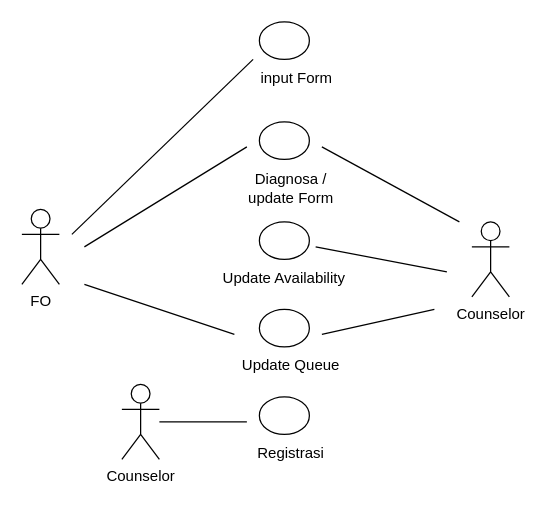
mahesri/uml_ads_sms3 keeps this draw.io diagram as Mini-Proj/MP-Use Case Diagram.drawio. Above is the earlier version. Source tidied: cells renumbered, new cells numbered last; positions are measured from the earlier drawing's top-left corner, leaving out a move shared by most shapes. Both pictures are drawn from the tidied source at 125%, with x=0, y=0 at pixel (21, 21).
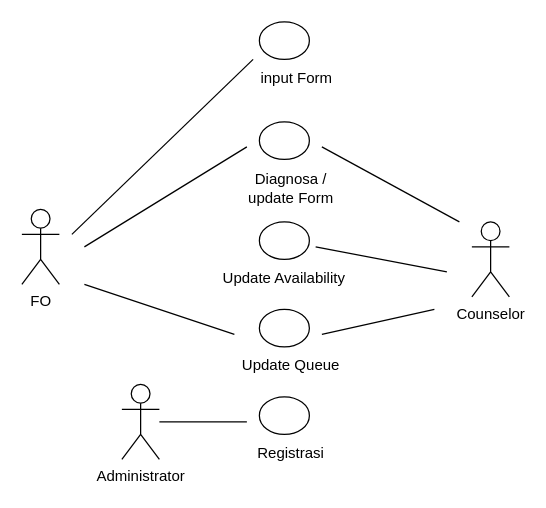
The same page after the edit.

Change to the diagram source:
```diff
@@
-    <mxCell id="18" value="Counselor" style="shape=umlActor;verticalLabelPosition=bottom;verticalAlign=top;html=1;outlineConnect=0;" parent="1" vertex="1">
+    <mxCell id="18" value="Administrator" style="shape=umlActor;verticalLabelPosition=bottom;verticalAlign=top;html=1;outlineConnect=0;" parent="1" vertex="1">
       <mxGeometry x="80" y="290" width="30" height="60" as="geometry" />
     </mxCell>
```
